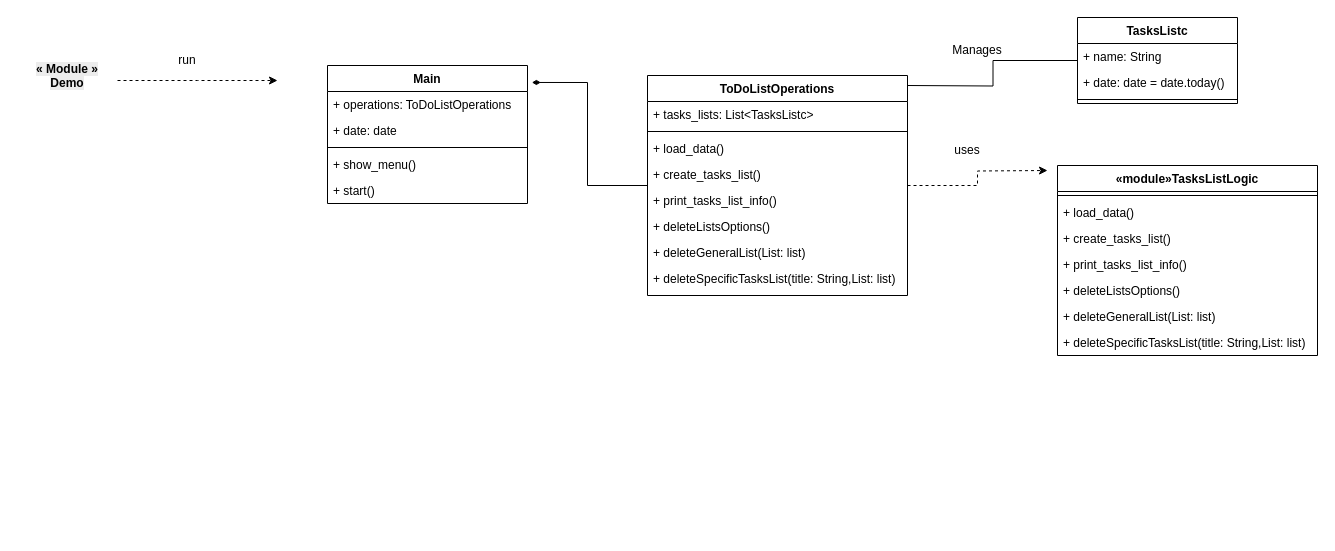
Earlier version of the draw.io diagram page "UML Class Diagram" (6 of 6) of ToDoList App.drawio (AbdallahDaradkeh-1/ToDoList-App). Source tidied: cells renumbered, new cells numbered last; positions are measured from the earlier drawing's top-left corner, leaving out a move shared by most shapes. Both pictures are drawn from the tidied source at 100%, with x=0, y=0 at pixel (17, 17).
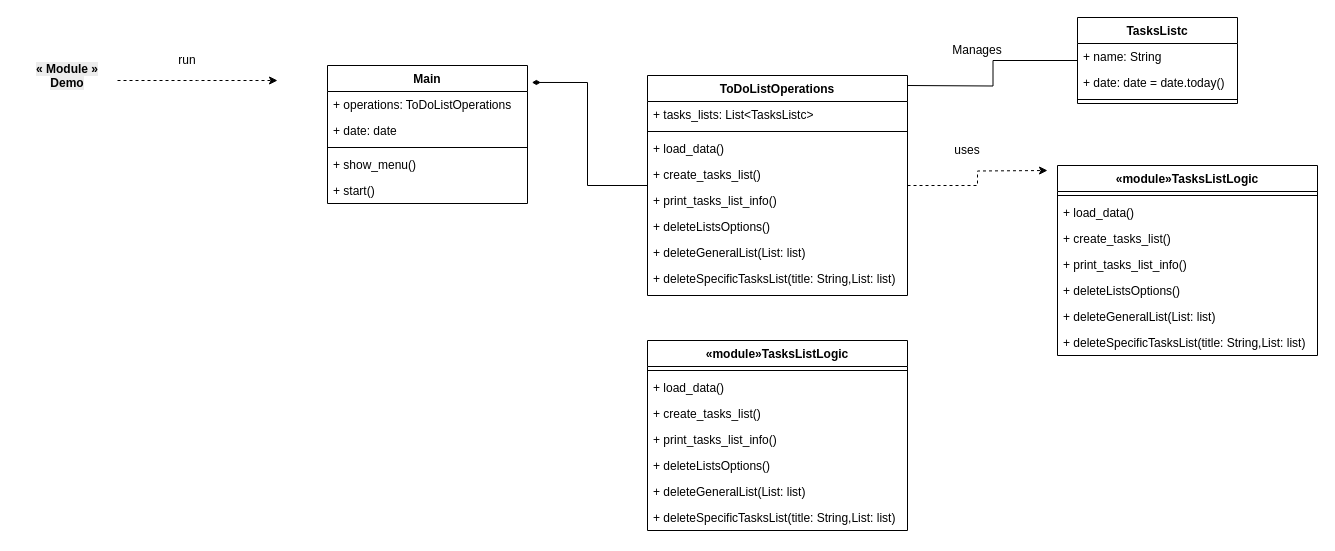
Above is the later version.

Commit message (it also covers changes not shown here):
Fix loadData Module/File Name To LoadData

What changed in the source:
```diff
@@
+    <mxCell id="37" value="&lt;span style=&quot;&quot;&gt;«module»TasksListLogic&lt;/span&gt;" style="swimlane;fontStyle=1;align=center;verticalAlign=top;horizontal=1;startSize=26;whiteSpace=wrap;html=1;" parent="1" vertex="1">
+      <mxGeometry x="630" y="323" width="260" height="190" as="geometry" />
+    </mxCell>
+    <mxCell id="38" style="line;strokeWidth=1;fillColor=none;align=left;verticalAlign=middle;spacingTop=-1;spacingLeft=3;spacingRight=3;labelPosition=right;strokeColor=inherit;" parent="37" vertex="1">
+      <mxGeometry y="26" width="260" height="8" as="geometry" />
+    </mxCell>
+    <mxCell id="39" value="+ load_data()" style="text;strokeColor=none;fillColor=none;align=left;verticalAlign=top;spacingLeft=4;spacingRight=4;overflow=hidden;whiteSpace=wrap;html=1;" parent="37" vertex="1">
+      <mxGeometry y="34" width="260" height="26" as="geometry" />
+    </mxCell>
+    <mxCell id="40" value="+ create_tasks_list()" style="text;strokeColor=none;fillColor=none;align=left;verticalAlign=top;spacingLeft=4;spacingRight=4;overflow=hidden;whiteSpace=wrap;html=1;" parent="37" vertex="1">
+      <mxGeometry y="60" width="260" height="26" as="geometry" />
+    </mxCell>
+    <mxCell id="41" value="+ print_tasks_list_info()" style="text;strokeColor=none;fillColor=none;align=left;verticalAlign=top;spacingLeft=4;spacingRight=4;overflow=hidden;whiteSpace=wrap;html=1;" parent="37" vertex="1">
+      <mxGeometry y="86" width="260" height="26" as="geometry" />
+    </mxCell>
+    <mxCell id="42" value="+ deleteListsOptions()" style="text;strokeColor=none;fillColor=none;align=left;verticalAlign=top;spacingLeft=4;spacingRight=4;overflow=hidden;whiteSpace=wrap;html=1;" parent="37" vertex="1">
+      <mxGeometry y="112" width="260" height="26" as="geometry" />
+    </mxCell>
+    <mxCell id="43" value="+ deleteGeneralList(List: list)" style="text;strokeColor=none;fillColor=none;align=left;verticalAlign=top;spacingLeft=4;spacingRight=4;overflow=hidden;whiteSpace=wrap;html=1;" parent="37" vertex="1">
+      <mxGeometry y="138" width="260" height="26" as="geometry" />
+    </mxCell>
+    <mxCell id="44" value="+ deleteSpecificTasksList(title: String,List: list)" style="text;strokeColor=none;fillColor=none;align=left;verticalAlign=top;spacingLeft=4;spacingRight=4;overflow=hidden;whiteSpace=wrap;html=1;" parent="37" vertex="1">
+      <mxGeometry y="164" width="260" height="26" as="geometry" />
+    </mxCell>
```
